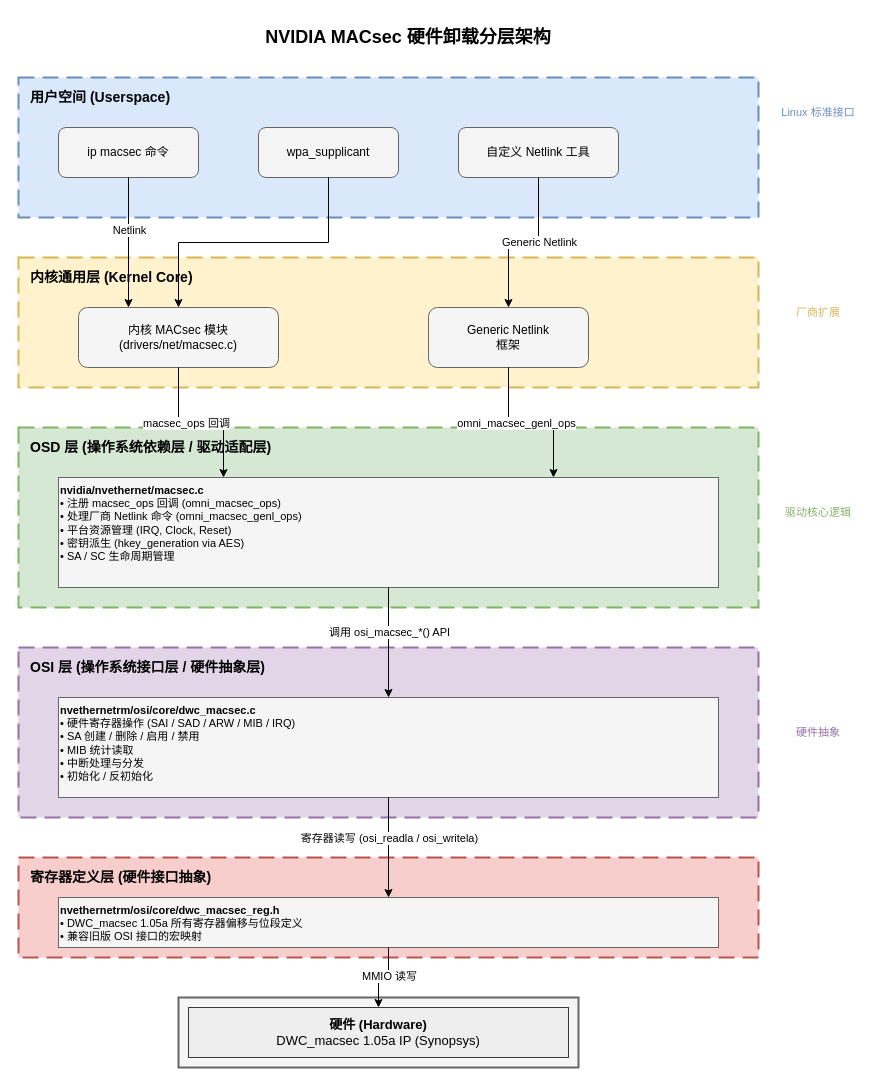
Above: page "MACsec Offload Architecture" (1 of 2) of deepseek_xml_20260410_b289fe.drawio in long4/omni (draw.io), before the change. Source tidied: cells renumbered, new cells numbered last; positions are measured from the earlier drawing's top-left corner, leaving out a move shared by most shapes. Both pictures are drawn from the tidied source at 100%, with x=0, y=0 at pixel (18, 17).
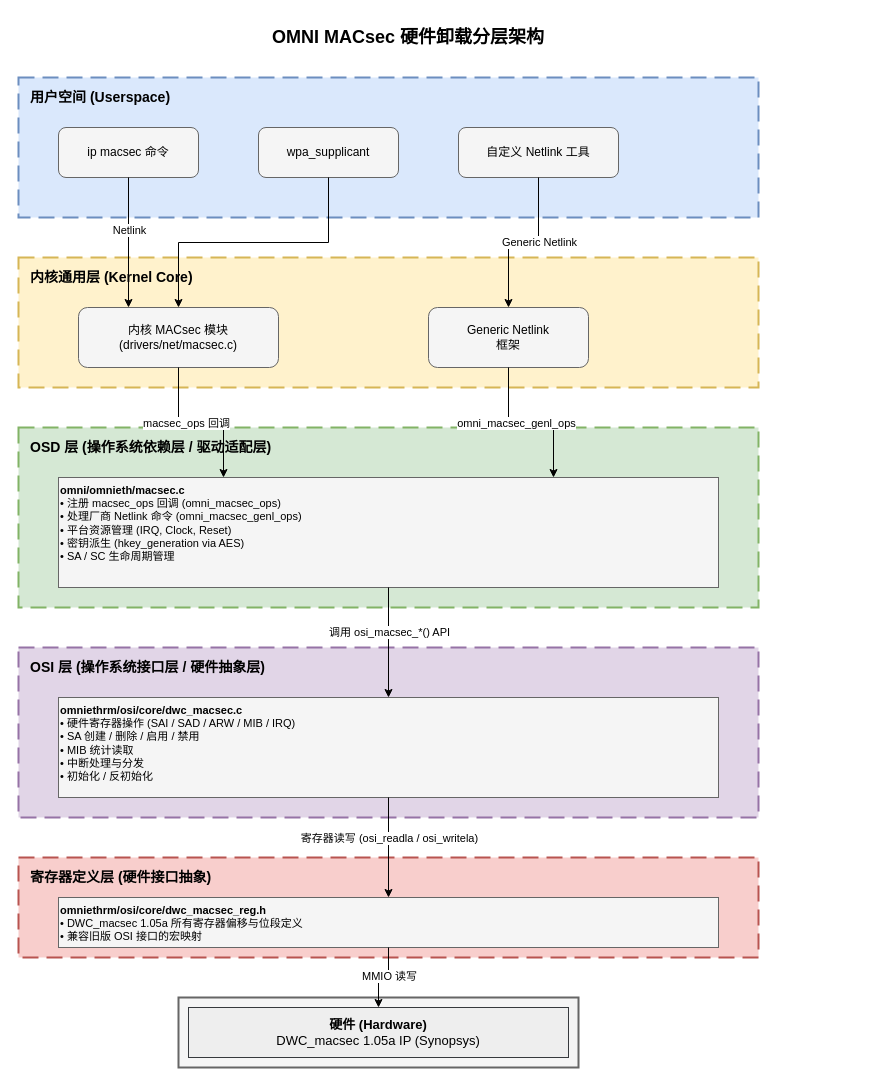
The same diagram, later.

Diff of the diagram source:
```diff
@@
-    <mxCell id="2" value="NVIDIA MACsec 硬件卸载分层架构" style="text;html=1;strokeColor=none;fillColor=none;align=center;verticalAlign=middle;whiteSpace=wrap;rounded=0;fontSize=18;fontStyle=1;" parent="1" vertex="1">
+    <mxCell id="2" value="OMNI MACsec 硬件卸载分层架构" style="text;html=1;strokeColor=none;fillColor=none;align=center;verticalAlign=middle;whiteSpace=wrap;rounded=0;fontSize=18;fontStyle=1;" parent="1" vertex="1">
       <mxGeometry x="190" width="400" height="40" as="geometry" />
     </mxCell>
@@
-    <mxCell id="19" value="&lt;b&gt;nvidia/nvethernet/macsec.c&lt;/b&gt;&#10;• 注册 macsec_ops 回调 (omni_macsec_ops)&#10;• 处理厂商 Netlink 命令 (omni_macsec_genl_ops)&#10;• 平台资源管理 (IRQ, Clock, Reset)&#10;• 密钥派生 (hkey_generation via AES)&#10;• SA / SC 生命周期管理" style="rounded=0;whiteSpace=wrap;html=1;fillColor=#f5f5f5;strokeColor=#666666;align=left;verticalAlign=top;fontSize=11;" parent="1" vertex="1">
+    <mxCell id="19" value="&lt;b&gt;omni/omnieth/macsec.c&lt;/b&gt;&lt;br&gt;• 注册 macsec_ops 回调 (omni_macsec_ops)&lt;br&gt;• 处理厂商 Netlink 命令 (omni_macsec_genl_ops)&lt;br&gt;• 平台资源管理 (IRQ, Clock, Reset)&lt;br&gt;• 密钥派生 (hkey_generation via AES)&lt;br&gt;• SA / SC 生命周期管理" style="rounded=0;whiteSpace=wrap;html=1;fillColor=#f5f5f5;strokeColor=#666666;align=left;verticalAlign=top;fontSize=11;" parent="1" vertex="1">
       <mxGeometry x="40" y="460" width="660" height="110" as="geometry" />
     </mxCell>
@@
-    <mxCell id="26" value="&lt;b&gt;nvethernetrm/osi/core/dwc_macsec.c&lt;/b&gt;&#10;• 硬件寄存器操作 (SAI / SAD / ARW / MIB / IRQ)&#10;• SA 创建 / 删除 / 启用 / 禁用&#10;• MIB 统计读取&#10;• 中断处理与分发&#10;• 初始化 / 反初始化" style="rounded=0;whiteSpace=wrap;html=1;fillColor=#f5f5f5;strokeColor=#666666;align=left;verticalAlign=top;fontSize=11;" parent="1" vertex="1">
+    <mxCell id="26" value="&lt;b&gt;omniethrm/osi/core/dwc_macsec.c&lt;/b&gt;&lt;br&gt;• 硬件寄存器操作 (SAI / SAD / ARW / MIB / IRQ)&lt;br&gt;• SA 创建 / 删除 / 启用 / 禁用&lt;br&gt;• MIB 统计读取&lt;br&gt;• 中断处理与分发&lt;br&gt;• 初始化 / 反初始化" style="rounded=0;whiteSpace=wrap;html=1;fillColor=#f5f5f5;strokeColor=#666666;align=left;verticalAlign=top;fontSize=11;" parent="1" vertex="1">
       <mxGeometry x="40" y="680" width="660" height="100" as="geometry" />
     </mxCell>
@@
-    <mxCell id="31" value="&lt;b&gt;nvethernetrm/osi/core/dwc_macsec_reg.h&lt;/b&gt;&#10;• DWC_macsec 1.05a 所有寄存器偏移与位段定义&#10;• 兼容旧版 OSI 接口的宏映射" style="rounded=0;whiteSpace=wrap;html=1;fillColor=#f5f5f5;strokeColor=#666666;align=left;verticalAlign=top;fontSize=11;" parent="1" vertex="1">
+    <mxCell id="31" value="&lt;b&gt;omniethrm/osi/core/dwc_macsec_reg.h&lt;/b&gt;&lt;br&gt;• DWC_macsec 1.05a 所有寄存器偏移与位段定义&lt;br&gt;• 兼容旧版 OSI 接口的宏映射" style="rounded=0;whiteSpace=wrap;html=1;fillColor=#f5f5f5;strokeColor=#666666;align=left;verticalAlign=top;fontSize=11;" parent="1" vertex="1">
       <mxGeometry x="40" y="880" width="660" height="50" as="geometry" />
     </mxCell>
@@
-    <mxCell id="38" value="Linux 标准接口" style="text;html=1;strokeColor=none;fillColor=none;align=center;verticalAlign=middle;whiteSpace=wrap;rounded=0;fontSize=11;fontColor=#6c8ebf;" parent="1" vertex="1">
-      <mxGeometry x="750" y="80" width="100" height="30" as="geometry" />
-    </mxCell>
-    <mxCell id="39" value="厂商扩展" style="text;html=1;strokeColor=none;fillColor=none;align=center;verticalAlign=middle;whiteSpace=wrap;rounded=0;fontSize=11;fontColor=#d6b656;" parent="1" vertex="1">
-      <mxGeometry x="750" y="280" width="100" height="30" as="geometry" />
-    </mxCell>
-    <mxCell id="40" value="驱动核心逻辑" style="text;html=1;strokeColor=none;fillColor=none;align=center;verticalAlign=middle;whiteSpace=wrap;rounded=0;fontSize=11;fontColor=#82b366;" parent="1" vertex="1">
-      <mxGeometry x="750" y="480" width="100" height="30" as="geometry" />
-    </mxCell>
-    <mxCell id="41" value="硬件抽象" style="text;html=1;strokeColor=none;fillColor=none;align=center;verticalAlign=middle;whiteSpace=wrap;rounded=0;fontSize=11;fontColor=#9673a6;" parent="1" vertex="1">
-      <mxGeometry x="750" y="700" width="100" height="30" as="geometry" />
-    </mxCell>
```
